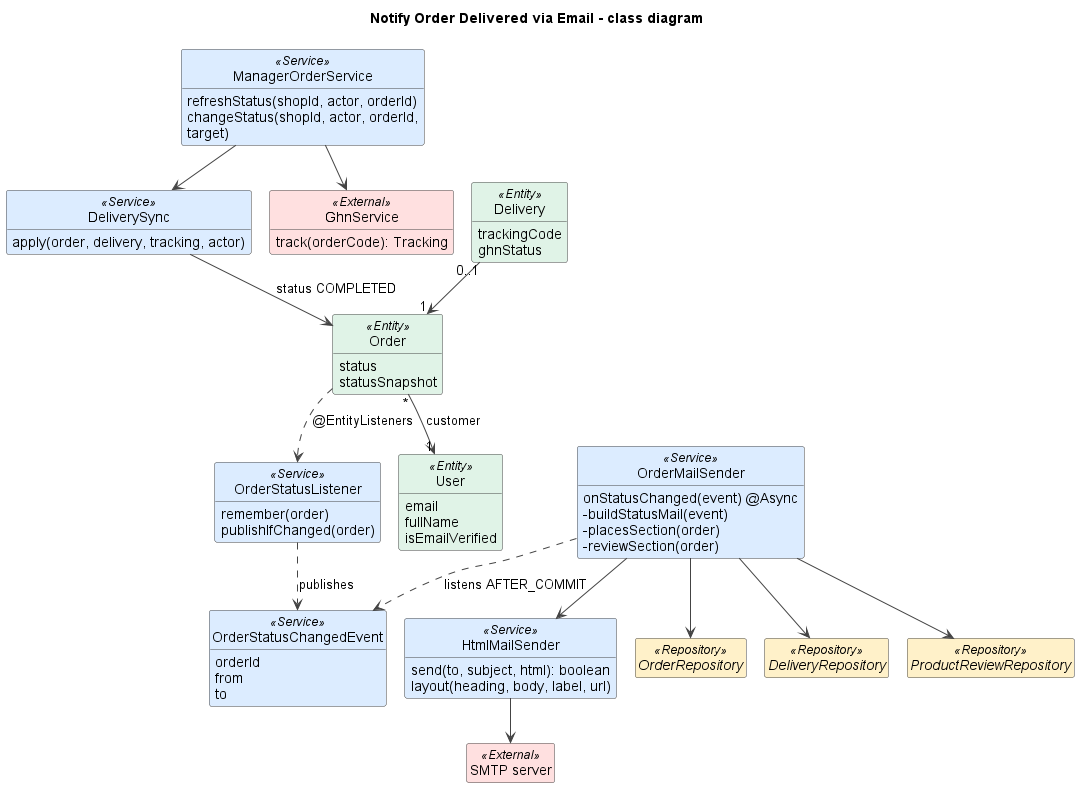
Above: docs/diagrams/10-notify-order-delivered-class.png in duckpao/FlowerShop_SWP391 (PlantUML), before the change.
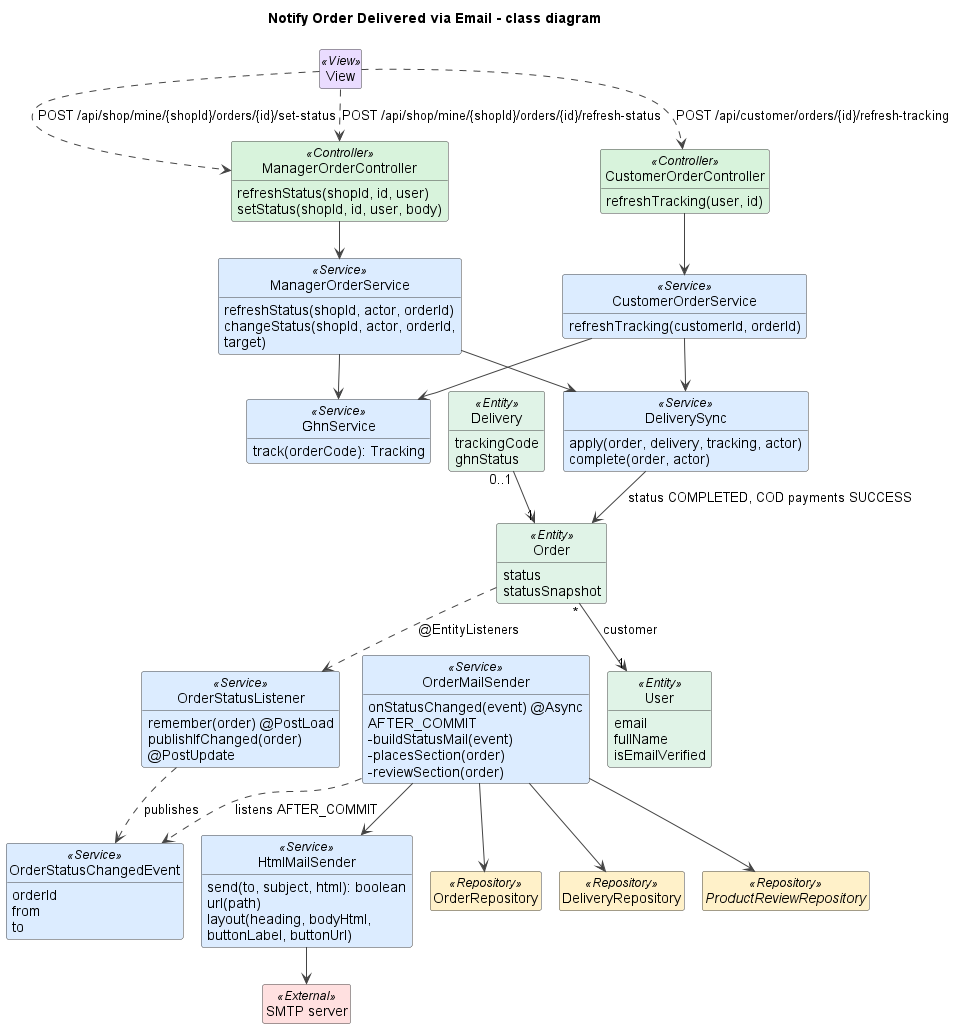
The same file after the commit.

Diff of the diagram source:
```diff
@@ -1,6 +1,6 @@
 @startuml
+title Notify Order Delivered via Email - class diagram
 !pragma layout smetana
-title Notify Order Delivered via Email - class diagram
 skinparam shadowing false
 skinparam defaultFontName Arial
 skinparam wrapWidth 240
@@ -16,24 +16,39 @@
   BackgroundColor<<Service>> #DCECFF
   BackgroundColor<<Repository>> #FFF1C9
   BackgroundColor<<Entity>> #E0F3E7
+  BackgroundColor<<DTO>> #FCE7F3
+  BackgroundColor<<Scheduler>> #FFE8CC
   BackgroundColor<<External>> #FFE0E0
 }
 hide empty members
 hide circle
 
+class View <<View>>
+
+class ManagerOrderController <<Controller>> {
+  refreshStatus(shopId, id, user)
+  setStatus(shopId, id, user, body)
+}
+class CustomerOrderController <<Controller>> {
+  refreshTracking(user, id)
+}
 class ManagerOrderService <<Service>> {
   refreshStatus(shopId, actor, orderId)
   changeStatus(shopId, actor, orderId, target)
 }
+class CustomerOrderService <<Service>> {
+  refreshTracking(customerId, orderId)
+}
 class DeliverySync <<Service>> {
   apply(order, delivery, tracking, actor)
+  complete(order, actor)
 }
-class GhnService <<External>> {
+class GhnService <<Service>> {
   track(orderCode): Tracking
 }
 class OrderStatusListener <<Service>> {
-  remember(order)
-  publishIfChanged(order)
+  remember(order) @PostLoad
+  publishIfChanged(order) @PostUpdate
 }
 class OrderStatusChangedEvent <<Service>> {
   orderId
@@ -41,17 +56,18 @@
   to
 }
 class OrderMailSender <<Service>> {
-  onStatusChanged(event) @Async
+  onStatusChanged(event) @Async AFTER_COMMIT
   -buildStatusMail(event)
   -placesSection(order)
   -reviewSection(order)
 }
 class HtmlMailSender <<Service>> {
   send(to, subject, html): boolean
-  layout(heading, body, label, url)
+  url(path)
+  layout(heading, bodyHtml, buttonLabel, buttonUrl)
 }
-interface OrderRepository <<Repository>>
-interface DeliveryRepository <<Repository>>
+class OrderRepository <<Repository>>
+class DeliveryRepository <<Repository>>
 interface ProductReviewRepository <<Repository>>
 class Order <<Entity>> {
   status
@@ -68,9 +84,16 @@
 }
 class "SMTP server" as SMTP <<External>>
 
+View ..> ManagerOrderController : POST /api/shop/mine/{shopId}/orders/{id}/refresh-status
+View ..> ManagerOrderController : POST /api/shop/mine/{shopId}/orders/{id}/set-status
+View ..> CustomerOrderController : POST /api/customer/orders/{id}/refresh-tracking
+ManagerOrderController --> ManagerOrderService
+CustomerOrderController --> CustomerOrderService
 ManagerOrderService --> GhnService
 ManagerOrderService --> DeliverySync
-DeliverySync --> Order : status COMPLETED
+CustomerOrderService --> GhnService
+CustomerOrderService --> DeliverySync
+DeliverySync --> Order : status COMPLETED, COD payments SUCCESS
 Order ..> OrderStatusListener : @EntityListeners
 OrderStatusListener ..> OrderStatusChangedEvent : publishes
 OrderMailSender ..> OrderStatusChangedEvent : listens AFTER_COMMIT
```
